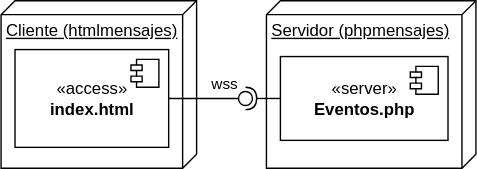
gilpgawoas/gilpgawoas.github.io keeps this draw.io diagram as docs/img/m11ws/chatdistribucion.drawio.svg. Above is the earlier version. Source tidied: cells renumbered, new cells last; positions are measured from the earlier drawing's top-left corner, leaving out a move shared by most shapes.
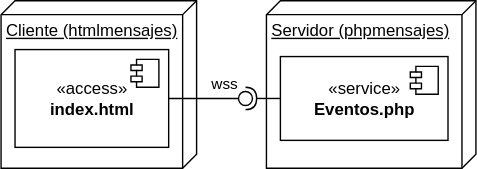
The same diagram one commit later.

The edit, as a diff of the source:
```diff
@@ -16,7 +16,7 @@
     <mxCell id="5" value="Servidor (phpmensajes)" style="verticalAlign=top;align=left;spacingTop=8;spacingLeft=2;spacingRight=12;shape=cube;size=10;direction=south;fontStyle=4;html=1;" parent="1" vertex="1">
       <mxGeometry x="190" width="150" height="120" as="geometry" />
     </mxCell>
-    <mxCell id="6" value="«server»&lt;br&gt;&lt;b&gt;Eventos.php&lt;/b&gt;" style="html=1;" parent="1" vertex="1">
+    <mxCell id="6" value="«service»&lt;br&gt;&lt;b&gt;Eventos.php&lt;/b&gt;" style="html=1;" parent="1" vertex="1">
       <mxGeometry x="200" y="40" width="120" height="60" as="geometry" />
     </mxCell>
     <mxCell id="7" style="shape=module;jettyWidth=8;jettyHeight=4;" parent="6" vertex="1">
```
